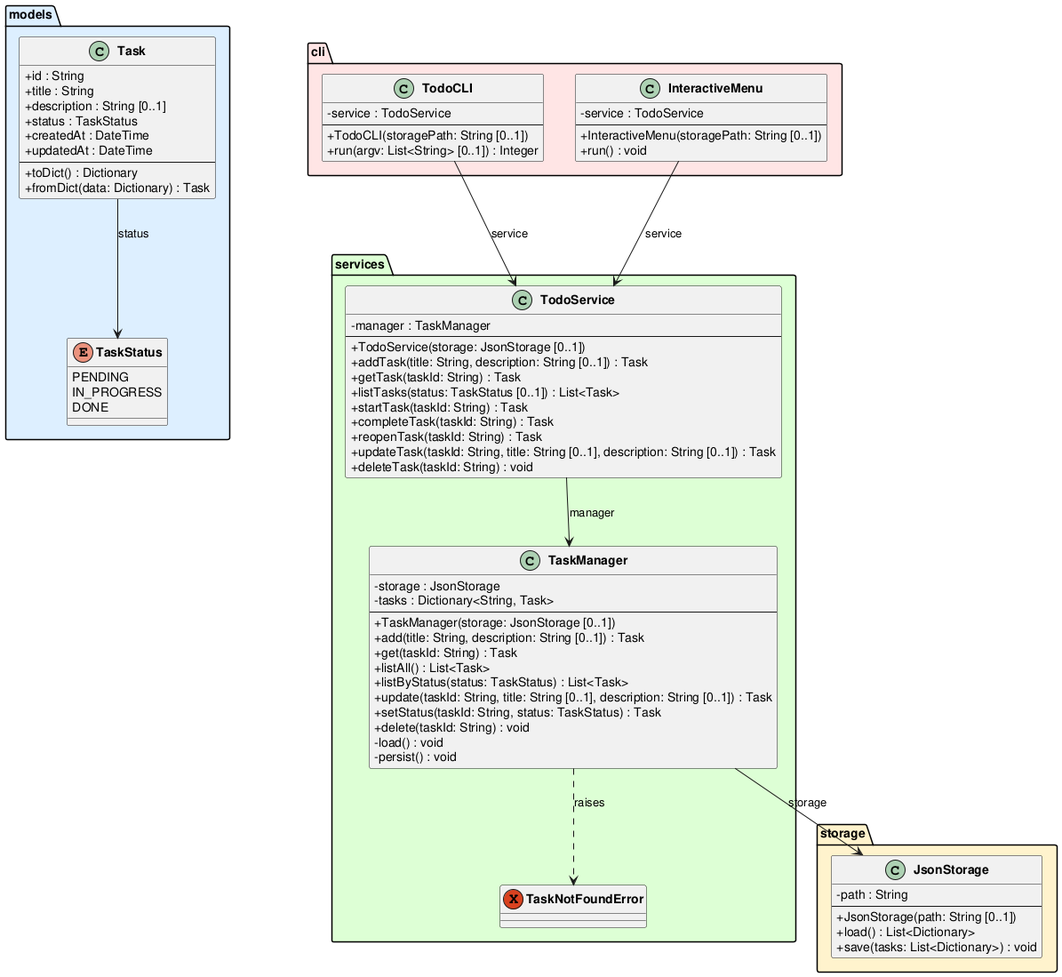
This is experiments/broadcast/structured_text/TODO/artifacts/class_diagram.png from DanielRiha8906/Software_autoevolution_using_agents, a PlantUML export, as it was before one commit. Source of this version:
```plantuml
@startuml class_diagram

skinparam classAttributeIconSize 0
skinparam classFontStyle bold

package "models" #DDEEFF {
    enum TaskStatus {
        PENDING
        IN_PROGRESS
        DONE
    }

    class Task {
        +id : String
        +title : String
        +description : String [0..1]
        +status : TaskStatus
        +createdAt : DateTime
        +updatedAt : DateTime
        --
        +toDict() : Dictionary
        +fromDict(data: Dictionary) : Task
    }
}

package "storage" #FFF3CC {
    class JsonStorage {
        -path : String
        --
        +JsonStorage(path: String [0..1])
        +load() : List<Dictionary>
        +save(tasks: List<Dictionary>) : void
    }
}

package "services" #DDFFD4 {
    exception TaskNotFoundError

    class TaskManager {
        -storage : JsonStorage
        -tasks : Dictionary<String, Task>
        --
        +TaskManager(storage: JsonStorage [0..1])
        +add(title: String, description: String [0..1]) : Task
        +get(taskId: String) : Task
        +listAll() : List<Task>
        +listByStatus(status: TaskStatus) : List<Task>
        +update(taskId: String, title: String [0..1], description: String [0..1]) : Task
        +setStatus(taskId: String, status: TaskStatus) : Task
        +delete(taskId: String) : void
        -load() : void
        -persist() : void
    }

    class TodoService {
        -manager : TaskManager
        --
        +TodoService(storage: JsonStorage [0..1])
        +addTask(title: String, description: String [0..1]) : Task
        +getTask(taskId: String) : Task
        +listTasks(status: TaskStatus [0..1]) : List<Task>
        +startTask(taskId: String) : Task
        +completeTask(taskId: String) : Task
        +reopenTask(taskId: String) : Task
        +updateTask(taskId: String, title: String [0..1], description: String [0..1]) : Task
        +deleteTask(taskId: String) : void
    }
}

package "cli" #FFE5E5 {
    class TodoCLI {
        -service : TodoService
        --
        +TodoCLI(storagePath: String [0..1])
        +run(argv: List<String> [0..1]) : Integer
    }

    class InteractiveMenu {
        -service : TodoService
        --
        +InteractiveMenu(storagePath: String [0..1])
        +run() : void
    }
}

Task --> TaskStatus : status
TaskManager --> JsonStorage : storage
TaskManager ..> TaskNotFoundError : raises
TodoService --> TaskManager : manager
TodoCLI --> TodoService : service
InteractiveMenu --> TodoService : service

@enduml
```
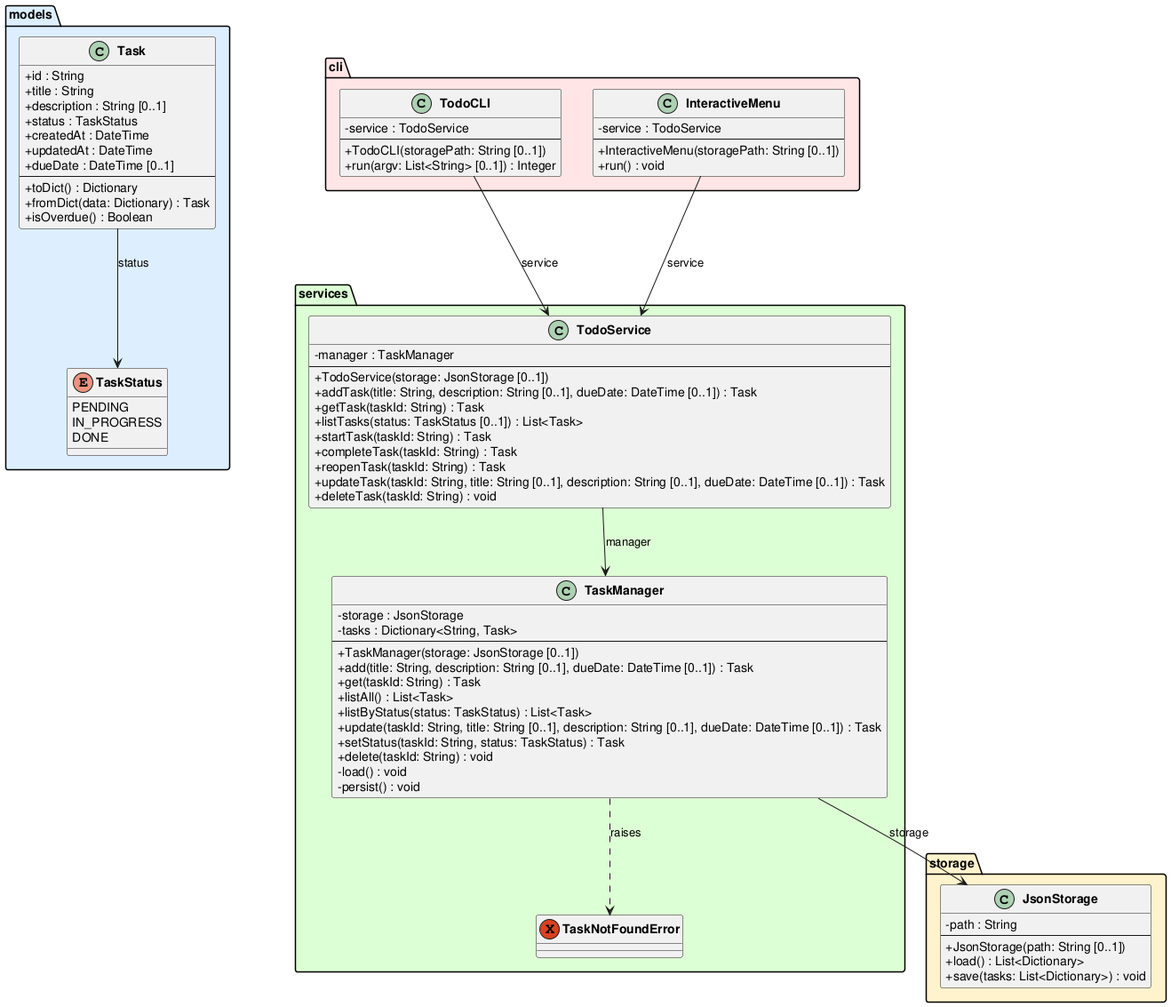
Above is the later version.

Change to the diagram source:
```diff
@@ -17,9 +17,11 @@
         +status : TaskStatus
         +createdAt : DateTime
         +updatedAt : DateTime
+        +dueDate : DateTime [0..1]
         --
         +toDict() : Dictionary
         +fromDict(data: Dictionary) : Task
+        +isOverdue() : Boolean
     }
 }
 
@@ -41,11 +43,11 @@
         -tasks : Dictionary<String, Task>
         --
         +TaskManager(storage: JsonStorage [0..1])
-        +add(title: String, description: String [0..1]) : Task
+        +add(title: String, description: String [0..1], dueDate: DateTime [0..1]) : Task
         +get(taskId: String) : Task
         +listAll() : List<Task>
         +listByStatus(status: TaskStatus) : List<Task>
-        +update(taskId: String, title: String [0..1], description: String [0..1]) : Task
+        +update(taskId: String, title: String [0..1], description: String [0..1], dueDate: DateTime [0..1]) : Task
         +setStatus(taskId: String, status: TaskStatus) : Task
         +delete(taskId: String) : void
         -load() : void
@@ -56,13 +58,13 @@
         -manager : TaskManager
         --
         +TodoService(storage: JsonStorage [0..1])
-        +addTask(title: String, description: String [0..1]) : Task
+        +addTask(title: String, description: String [0..1], dueDate: DateTime [0..1]) : Task
         +getTask(taskId: String) : Task
         +listTasks(status: TaskStatus [0..1]) : List<Task>
         +startTask(taskId: String) : Task
         +completeTask(taskId: String) : Task
         +reopenTask(taskId: String) : Task
-        +updateTask(taskId: String, title: String [0..1], description: String [0..1]) : Task
+        +updateTask(taskId: String, title: String [0..1], description: String [0..1], dueDate: DateTime [0..1]) : Task
         +deleteTask(taskId: String) : void
     }
 }
```
